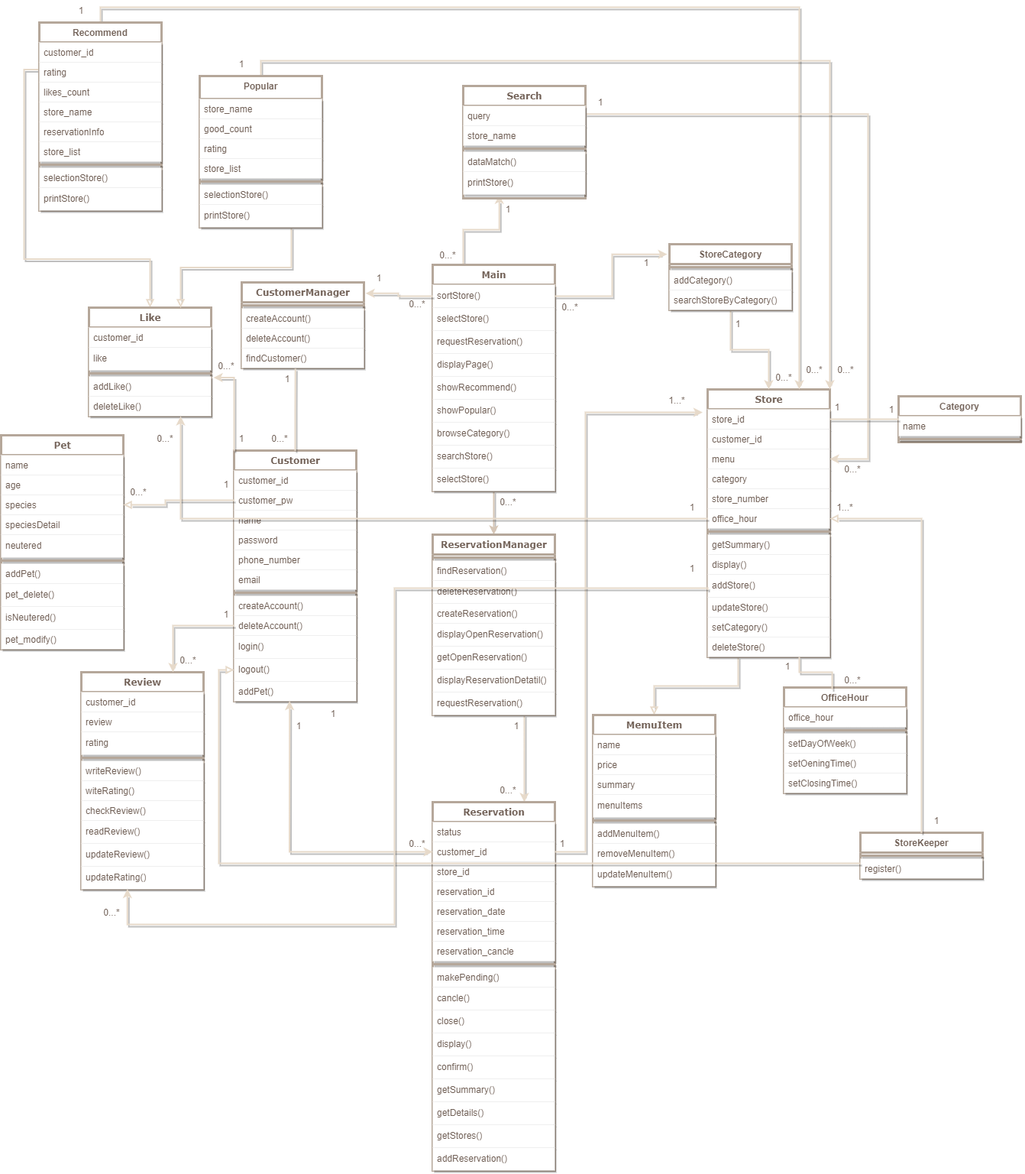
Earlier version of the draw.io export walkwith_class.drawio.png (dkwkckzk/data_test). Source tidied: cells renumbered, new cells last; positions are measured from the earlier drawing's top-left corner, leaving out a move shared by most shapes.
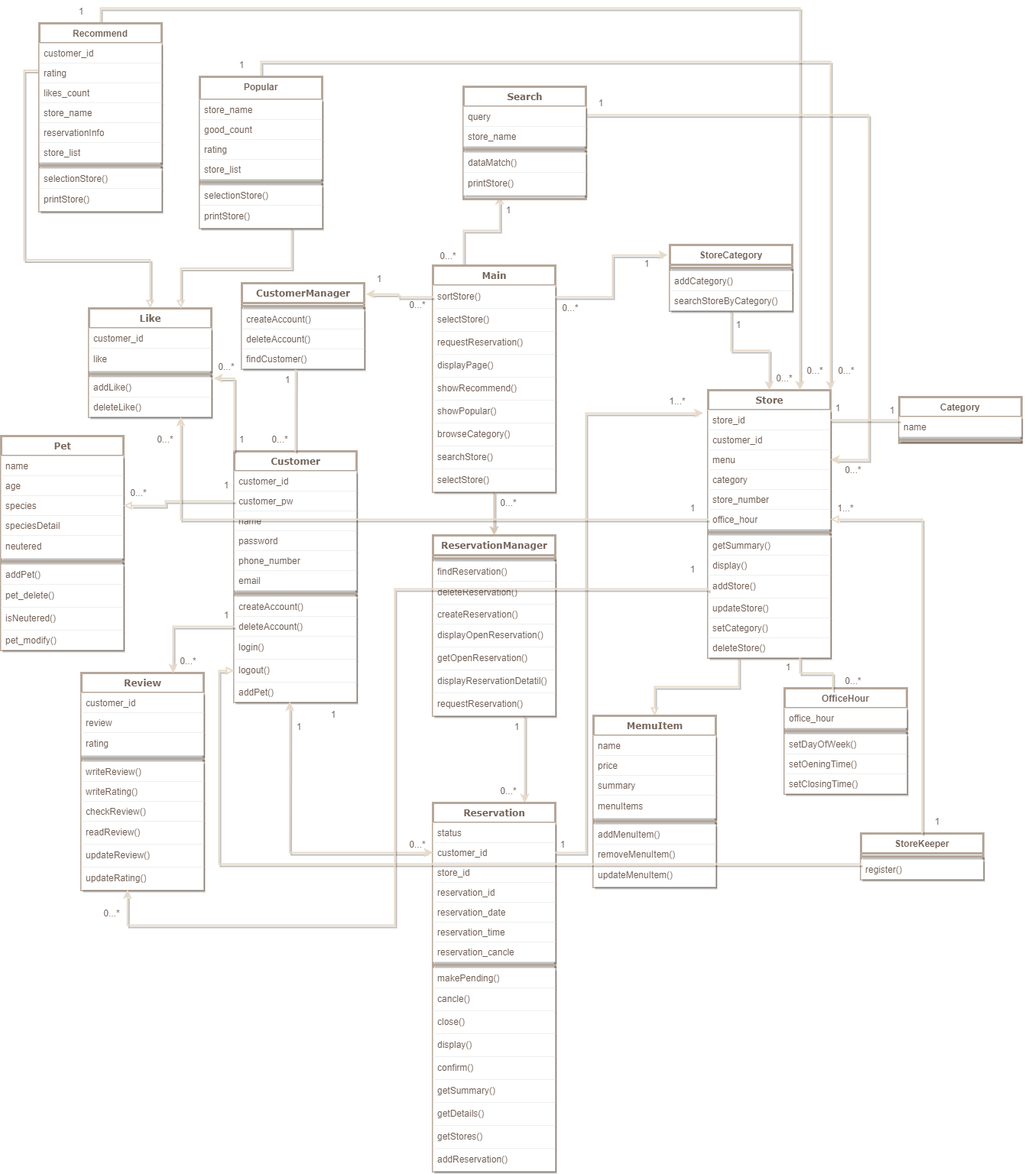
After the commit.

Diff of the diagram source:
```diff
@@ -200,7 +200,7 @@
     <mxCell id="67" value="writeReview()" style="text;html=1;strokeColor=none;fillColor=default;align=left;verticalAlign=top;spacingLeft=4;spacingRight=4;whiteSpace=wrap;overflow=hidden;shadow=1;strokeWidth=3;fontColor=#705F55;" parent="62" vertex="1">
       <mxGeometry y="116" width="160" height="26" as="geometry" />
     </mxCell>
-    <mxCell id="68" value="witeRating()" style="text;html=1;strokeColor=none;fillColor=default;align=left;verticalAlign=top;spacingLeft=4;spacingRight=4;whiteSpace=wrap;overflow=hidden;shadow=1;strokeWidth=3;fontColor=#705F55;" parent="62" vertex="1">
+    <mxCell id="68" value="writeRating()" style="text;html=1;strokeColor=none;fillColor=default;align=left;verticalAlign=top;spacingLeft=4;spacingRight=4;whiteSpace=wrap;overflow=hidden;shadow=1;strokeWidth=3;fontColor=#705F55;" parent="62" vertex="1">
       <mxGeometry y="142" width="160" height="26" as="geometry" />
     </mxCell>
     <mxCell id="69" value="checkReview()" style="text;html=1;strokeColor=none;fillColor=default;align=left;verticalAlign=top;spacingLeft=4;spacingRight=4;whiteSpace=wrap;overflow=hidden;shadow=1;strokeWidth=3;fontColor=#705F55;" parent="62" vertex="1">
```
